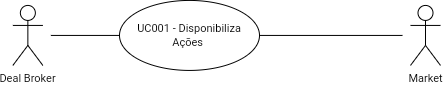
This is dealbroker/casos-de-uso/diagram-usecases.png from milenatteixeira/stockfei, a draw.io export, as it was before one commit. Source tidied: cells renumbered, new cells last; positions are measured from the earlier drawing's top-left corner, leaving out a move shared by most shapes. Source of this version:
```xml
<mxGraphModel>
  <root>
    <mxCell id="0" />
    <mxCell id="1" parent="0" />
    <mxCell id="2" style="edgeStyle=none;shape=none;curved=1;rounded=0;jettySize=auto;html=1;entryX=0;entryY=0.5;entryDx=0;entryDy=0;labelBackgroundColor=default;fontFamily=Helvetica;fontSize=11;fontColor=default;endArrow=none;startSize=14;endSize=14;sourcePerimeterSpacing=8;targetPerimeterSpacing=8;strokeColor=default;" parent="1" edge="1" source="3" target="4">
      <mxGeometry relative="1" as="geometry" />
    </mxCell>
    <mxCell id="3" value="Deal Broker" style="shape=umlActor;verticalLabelPosition=bottom;verticalAlign=top;html=1;hachureGap=4;fontFamily=Helvetica;fontSize=11;fontColor=default;" parent="1" vertex="1">
      <mxGeometry x="0.4" y="4.9" width="30" height="60" as="geometry" />
    </mxCell>
    <mxCell id="4" value="UC001 - Disponibiliza Ações&amp;nbsp;" style="ellipse;whiteSpace=wrap;html=1;hachureGap=4;fontFamily=Helvetica;fontSize=11;fontColor=default;" parent="1" vertex="1">
      <mxGeometry x="107" y="-0.1" width="140" height="70" as="geometry" />
    </mxCell>
    <mxCell id="5" style="edgeStyle=none;shape=connector;curved=1;rounded=0;jettySize=auto;html=1;entryX=1;entryY=0.5;entryDx=0;entryDy=0;labelBackgroundColor=default;fontFamily=Helvetica;fontSize=11;fontColor=default;endArrow=none;startSize=14;endSize=14;sourcePerimeterSpacing=8;targetPerimeterSpacing=8;strokeColor=default;" parent="1" edge="1" source="6" target="4">
      <mxGeometry relative="1" as="geometry" />
    </mxCell>
    <mxCell id="6" value="Market" style="shape=umlActor;verticalLabelPosition=bottom;verticalAlign=top;html=1;hachureGap=4;fontFamily=Helvetica;fontSize=11;fontColor=default;" parent="1" vertex="1">
      <mxGeometry x="398" y="4.9" width="30" height="60" as="geometry" />
    </mxCell>
  </root>
</mxGraphModel>
```
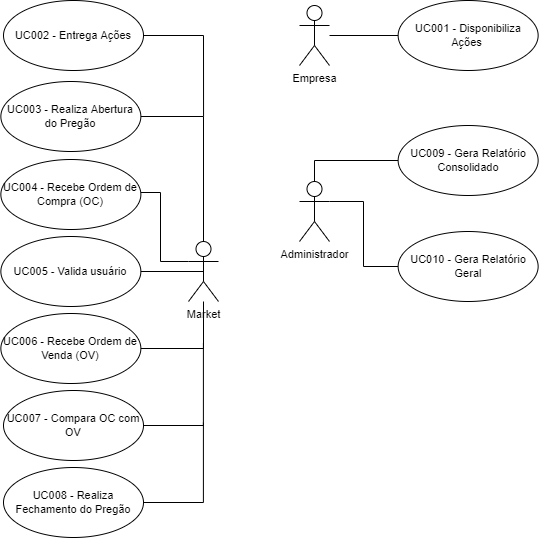
The same diagram one commit later.

Change to the diagram source:
```diff
@@ -2,20 +2,92 @@
   <root>
     <mxCell id="0" />
     <mxCell id="1" parent="0" />
-    <mxCell id="2" style="edgeStyle=none;shape=none;curved=1;rounded=0;jettySize=auto;html=1;entryX=0;entryY=0.5;entryDx=0;entryDy=0;labelBackgroundColor=default;fontFamily=Helvetica;fontSize=11;fontColor=default;endArrow=none;startSize=14;endSize=14;sourcePerimeterSpacing=8;targetPerimeterSpacing=8;strokeColor=default;" parent="1" edge="1" source="3" target="4">
-      <mxGeometry relative="1" as="geometry" />
+    <mxCell id="2" style="edgeStyle=none;shape=none;curved=1;rounded=0;jettySize=auto;html=1;entryX=0;entryY=0.5;entryDx=0;entryDy=0;labelBackgroundColor=default;fontFamily=Helvetica;fontSize=11;fontColor=default;endArrow=none;startSize=14;endSize=14;sourcePerimeterSpacing=8;targetPerimeterSpacing=8;strokeColor=default;" parent="1" edge="1" target="4">
+      <mxGeometry relative="1" as="geometry">
+        <mxPoint x="329" y="135" as="sourcePoint" />
+      </mxGeometry>
     </mxCell>
-    <mxCell id="3" value="Deal Broker" style="shape=umlActor;verticalLabelPosition=bottom;verticalAlign=top;html=1;hachureGap=4;fontFamily=Helvetica;fontSize=11;fontColor=default;" parent="1" vertex="1">
-      <mxGeometry x="0.4" y="4.9" width="30" height="60" as="geometry" />
+    <mxCell id="3" value="Empresa" style="shape=umlActor;verticalLabelPosition=bottom;verticalAlign=top;html=1;hachureGap=4;fontFamily=Helvetica;fontSize=11;fontColor=default;" parent="1" vertex="1">
+      <mxGeometry x="299" y="105" width="30" height="60" as="geometry" />
     </mxCell>
     <mxCell id="4" value="UC001 - Disponibiliza Ações&amp;nbsp;" style="ellipse;whiteSpace=wrap;html=1;hachureGap=4;fontFamily=Helvetica;fontSize=11;fontColor=default;" parent="1" vertex="1">
-      <mxGeometry x="107" y="-0.1" width="140" height="70" as="geometry" />
+      <mxGeometry x="397.6" y="100" width="140" height="70" as="geometry" />
     </mxCell>
-    <mxCell id="5" style="edgeStyle=none;shape=connector;curved=1;rounded=0;jettySize=auto;html=1;entryX=1;entryY=0.5;entryDx=0;entryDy=0;labelBackgroundColor=default;fontFamily=Helvetica;fontSize=11;fontColor=default;endArrow=none;startSize=14;endSize=14;sourcePerimeterSpacing=8;targetPerimeterSpacing=8;strokeColor=default;" parent="1" edge="1" source="6" target="4">
-      <mxGeometry relative="1" as="geometry" />
-    </mxCell>
     <mxCell id="6" value="Market" style="shape=umlActor;verticalLabelPosition=bottom;verticalAlign=top;html=1;hachureGap=4;fontFamily=Helvetica;fontSize=11;fontColor=default;" parent="1" vertex="1">
-      <mxGeometry x="398" y="4.9" width="30" height="60" as="geometry" />
+      <mxGeometry x="188" y="341" width="30" height="60" as="geometry" />
     </mxCell>
+    <mxCell id="7" style="edgeStyle=orthogonalEdgeStyle;rounded=0;jettySize=auto;html=1;entryX=0.5;entryY=0;entryDx=0;entryDy=0;entryPerimeter=0;endArrow=none;endFill=0;" parent="1" edge="1" source="8" target="6">
+      <mxGeometry relative="1" as="geometry" />
+    </mxCell>
+    <mxCell id="8" value="UC003&amp;nbsp;- Realiza Abertura do Pregão" style="ellipse;whiteSpace=wrap;html=1;hachureGap=4;fontFamily=Helvetica;fontSize=11;fontColor=default;" parent="1" vertex="1">
+      <mxGeometry x="0.4" y="181" width="140" height="70" as="geometry" />
+    </mxCell>
+    <mxCell id="9" style="rounded=0;jettySize=auto;html=1;endArrow=none;endFill=0;edgeStyle=orthogonalEdgeStyle;" parent="1" edge="1" source="10" target="6">
+      <mxGeometry relative="1" as="geometry">
+        <Array as="points">
+          <mxPoint x="160" y="292" />
+          <mxPoint x="160" y="361" />
+        </Array>
+      </mxGeometry>
+    </mxCell>
+    <mxCell id="10" value="UC004&amp;nbsp;- Recebe Ordem de Compra (OC)" style="ellipse;whiteSpace=wrap;html=1;hachureGap=4;fontFamily=Helvetica;fontSize=11;fontColor=default;" parent="1" vertex="1">
+      <mxGeometry x="0.4" y="259" width="140" height="70" as="geometry" />
+    </mxCell>
+    <mxCell id="11" style="rounded=0;jettySize=auto;html=1;endArrow=none;endFill=0;entryX=0.5;entryY=0.5;entryDx=0;entryDy=0;entryPerimeter=0;" parent="1" edge="1" source="12" target="6">
+      <mxGeometry relative="1" as="geometry" />
+    </mxCell>
+    <mxCell id="12" value="UC005 - Valida usuário" style="ellipse;whiteSpace=wrap;html=1;hachureGap=4;fontFamily=Helvetica;fontSize=11;fontColor=default;" parent="1" vertex="1">
+      <mxGeometry x="0.4" y="336" width="140" height="70" as="geometry" />
+    </mxCell>
+    <mxCell id="13" style="edgeStyle=orthogonalEdgeStyle;rounded=0;jettySize=auto;html=1;endArrow=none;endFill=0;" parent="1" edge="1" source="14" target="6">
+      <mxGeometry relative="1" as="geometry" />
+    </mxCell>
+    <mxCell id="14" value="UC006 - Recebe Ordem de Venda (OV)" style="ellipse;whiteSpace=wrap;html=1;hachureGap=4;fontFamily=Helvetica;fontSize=11;fontColor=default;" parent="1" vertex="1">
+      <mxGeometry x="0.4" y="413" width="140" height="70" as="geometry" />
+    </mxCell>
+    <mxCell id="15" style="edgeStyle=orthogonalEdgeStyle;rounded=0;jettySize=auto;html=1;endArrow=none;endFill=0;" parent="1" edge="1" source="16">
+      <mxGeometry relative="1" as="geometry">
+        <mxPoint x="202.9" y="443.1" as="targetPoint" />
+      </mxGeometry>
+    </mxCell>
+    <mxCell id="16" value="UC007 - Compara OC com OV" style="ellipse;whiteSpace=wrap;html=1;hachureGap=4;fontFamily=Helvetica;fontSize=11;fontColor=default;" parent="1" vertex="1">
+      <mxGeometry x="3" y="490" width="140" height="70" as="geometry" />
+    </mxCell>
+    <mxCell id="17" style="edgeStyle=orthogonalEdgeStyle;rounded=0;jettySize=auto;html=1;endArrow=none;endFill=0;" parent="1" edge="1" source="18">
+      <mxGeometry relative="1" as="geometry">
+        <mxPoint x="202.9" y="522.2" as="targetPoint" />
+      </mxGeometry>
+    </mxCell>
+    <mxCell id="18" value="UC008 - Realiza Fechamento do Pregão" style="ellipse;whiteSpace=wrap;html=1;hachureGap=4;fontFamily=Helvetica;fontSize=11;fontColor=default;" parent="1" vertex="1">
+      <mxGeometry x="3" y="567" width="140" height="70" as="geometry" />
+    </mxCell>
+    <mxCell id="19" style="edgeStyle=orthogonalEdgeStyle;rounded=0;jettySize=auto;html=1;endArrow=none;endFill=0;" parent="1" edge="1" source="20">
+      <mxGeometry relative="1" as="geometry">
+        <mxPoint x="203" y="215.9" as="targetPoint" />
+      </mxGeometry>
+    </mxCell>
+    <mxCell id="20" value="&lt;span style=&quot;&quot;&gt;UC002 - Entrega Ações&lt;/span&gt;" style="ellipse;whiteSpace=wrap;html=1;hachureGap=4;fontFamily=Helvetica;fontSize=11;fontColor=default;" parent="1" vertex="1">
+      <mxGeometry x="3" y="100" width="140" height="70" as="geometry" />
+    </mxCell>
+    <mxCell id="21" value="Administrador" style="shape=umlActor;verticalLabelPosition=bottom;verticalAlign=top;html=1;hachureGap=4;fontFamily=Helvetica;fontSize=11;fontColor=default;" parent="1" vertex="1">
+      <mxGeometry x="299" y="281" width="30" height="60" as="geometry" />
+    </mxCell>
+    <mxCell id="22" style="edgeStyle=orthogonalEdgeStyle;rounded=0;jettySize=auto;html=1;entryX=0.5;entryY=0;entryDx=0;entryDy=0;entryPerimeter=0;endArrow=none;endFill=0;" parent="1" edge="1" source="23" target="21">
+      <mxGeometry relative="1" as="geometry" />
+    </mxCell>
+    <mxCell id="23" value="UC009 - Gera Relatório Consolidado" style="ellipse;whiteSpace=wrap;html=1;hachureGap=4;fontFamily=Helvetica;fontSize=11;fontColor=default;" parent="1" vertex="1">
+      <mxGeometry x="397.6" y="225" width="140" height="70" as="geometry" />
+    </mxCell>
+    <mxCell id="24" style="edgeStyle=orthogonalEdgeStyle;rounded=0;jettySize=auto;html=1;endArrow=none;endFill=0;" parent="1" edge="1" source="25" target="21">
+      <mxGeometry relative="1" as="geometry">
+        <Array as="points">
+          <mxPoint x="363" y="366" />
+          <mxPoint x="363" y="301" />
+        </Array>
+      </mxGeometry>
+    </mxCell>
+    <mxCell id="25" value="UC010 - Gera Relatório Geral" style="ellipse;whiteSpace=wrap;html=1;hachureGap=4;fontFamily=Helvetica;fontSize=11;fontColor=default;" parent="1" vertex="1">
+      <mxGeometry x="397.6" y="331" width="140" height="70" as="geometry" />
+    </mxCell>
   </root>
 </mxGraphModel>
```
